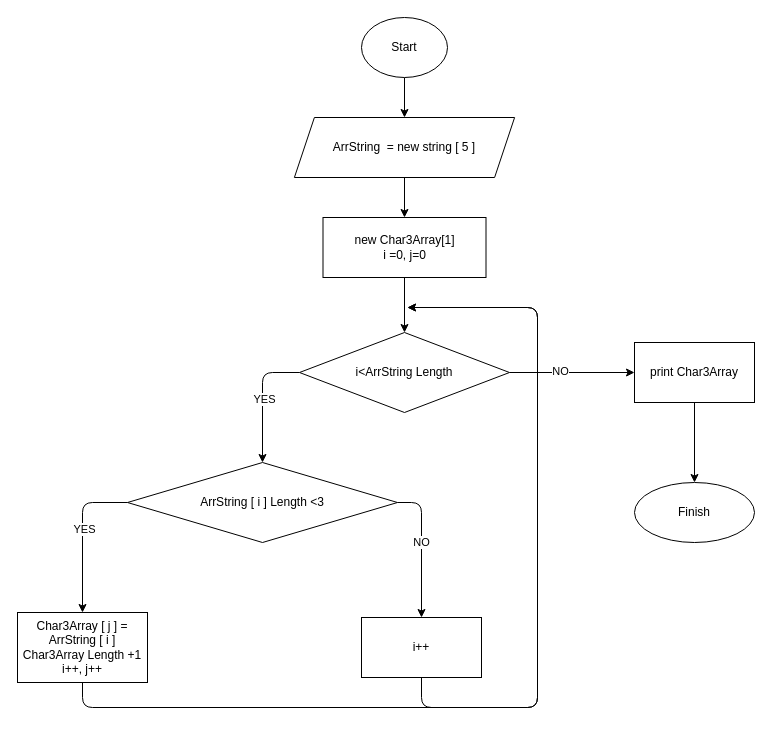
Above: Diagram.dio in BFSiberia/Final_task (draw.io), before the change. Source tidied: cells renumbered, new cells numbered last; positions are measured from the earlier drawing's top-left corner, leaving out a move shared by most shapes. Both pictures are drawn from the tidied source at 100%, with x=0, y=0 at pixel (17, 17).
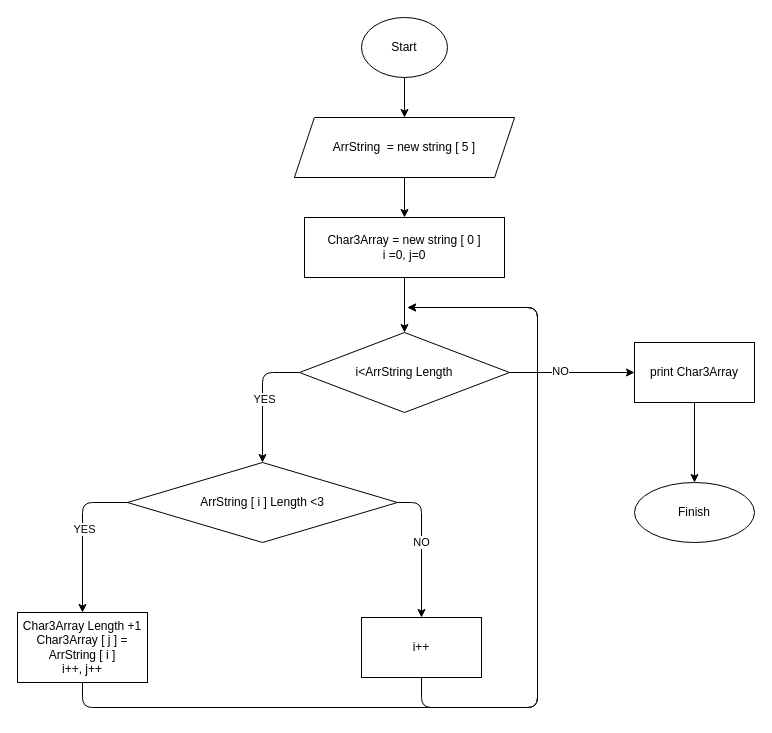
Above is the later version.

Commit message:
amend Diagram

Change to the diagram source:
```diff
@@
-    <mxCell id="7" value="new Char3Array[1]&lt;br&gt;i =0, j=0" style="whiteSpace=wrap;html=1;" parent="1" vertex="1">
-      <mxGeometry x="305.5" y="200" width="163" height="60" as="geometry" />
+    <mxCell id="7" value="Char3Array = new string&amp;nbsp;[ 0 ]&lt;br&gt;i =0, j=0" style="whiteSpace=wrap;html=1;" parent="1" vertex="1">
+      <mxGeometry x="287" y="200" width="200" height="60" as="geometry" />
     </mxCell>
@@
-    <mxCell id="14" value="Char3Array [ j ] = ArrString [ i ]&lt;br&gt;Char3Array Length +1&lt;br&gt;i++, j++" style="whiteSpace=wrap;html=1;" parent="1" vertex="1">
+    <mxCell id="14" value="Char3Array Length +1&lt;br&gt;Char3Array [ j ] = ArrString [ i ]&lt;br&gt;i++, j++" style="whiteSpace=wrap;html=1;" parent="1" vertex="1">
       <mxGeometry y="595" width="130" height="70" as="geometry" />
     </mxCell>
```
